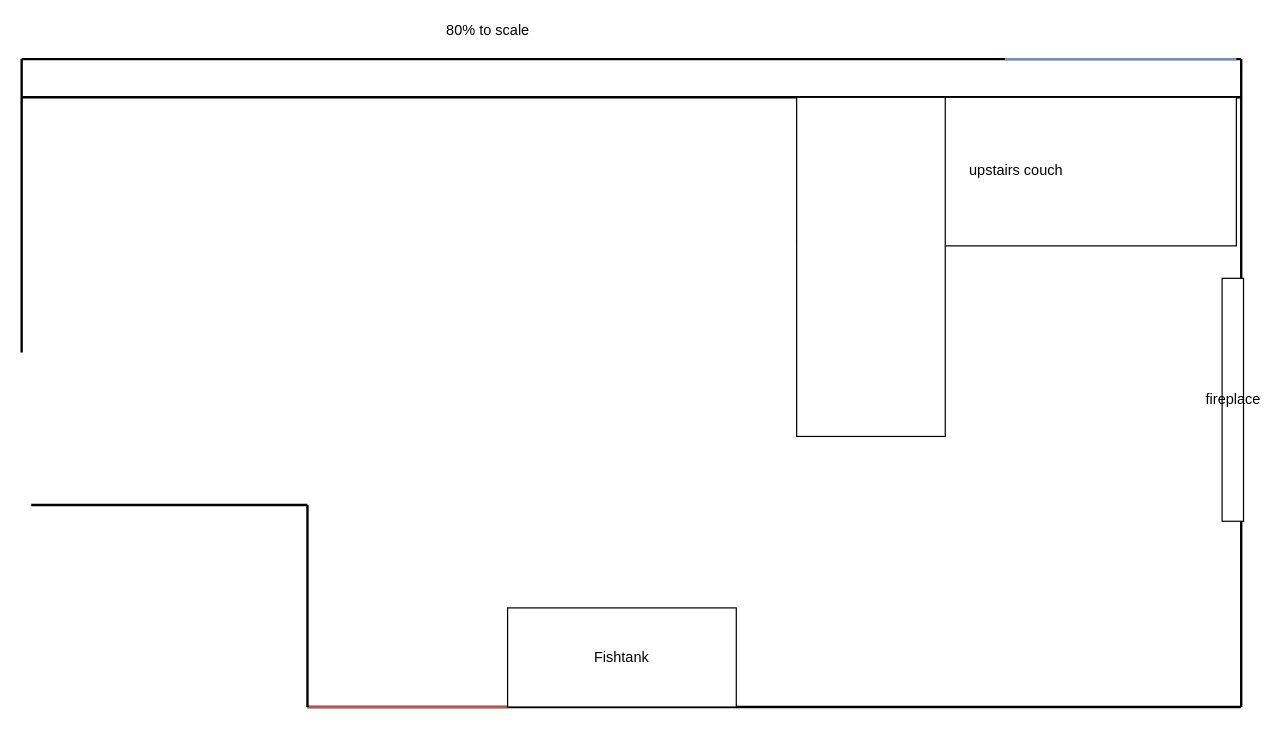
Earlier version of the draw.io diagram page "basement living" (5 of 8) of house_specs.drawio (bodegus/sum_pl_specs). Source tidied: cells renumbered, new cells numbered last; positions are measured from the earlier drawing's top-left corner, leaving out a move shared by most shapes. Both pictures are drawn from the tidied source at 121%, with x=0, y=0 at pixel (21, 21).
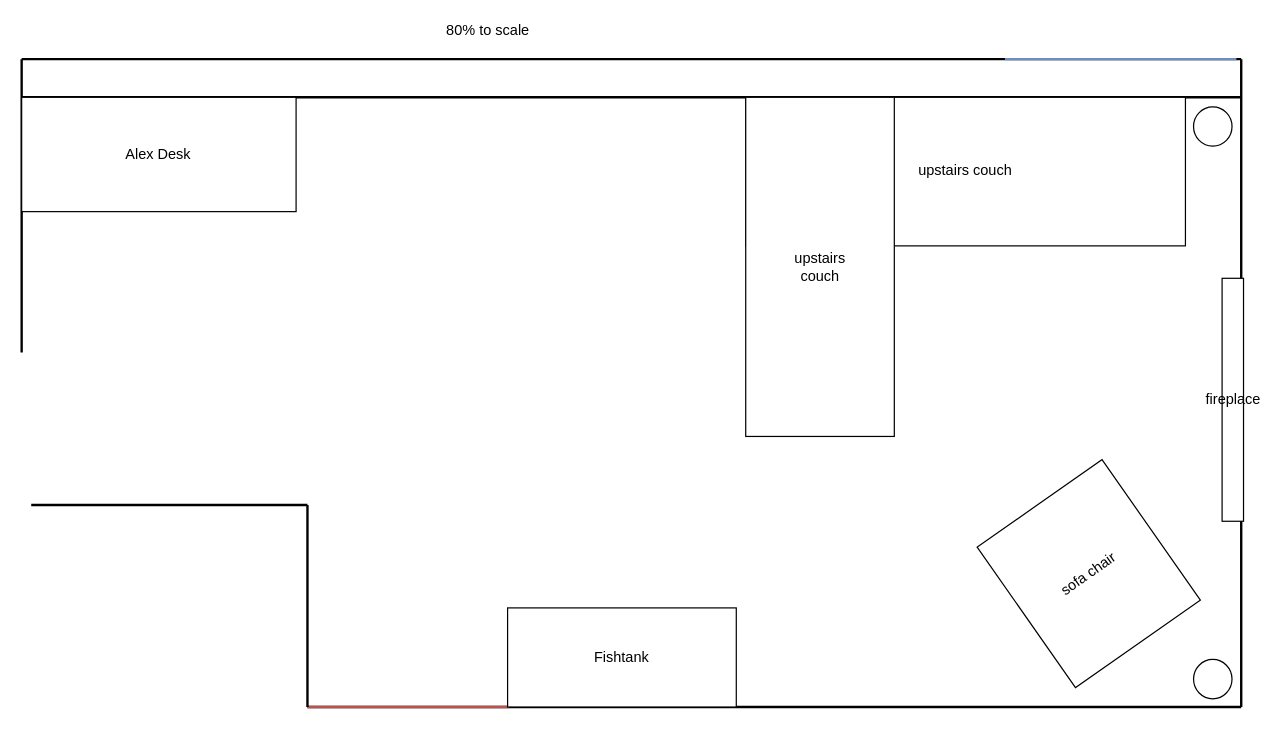
After the change.

Unchanged cells that the change refers to:
```xml
<mxCell id="2" style="group;" parent="1" vertex="1">
  <mxGeometry x="0.4" y="-0.1" width="1009.8" height="566.9" as="geometry" />
</mxCell>
```

The edit, as a diff of the source:
```diff
@@
     <mxCell id="14" value="upstairs couch" style="rounded=0;whiteSpace=wrap;html=1;" parent="2" vertex="1">
-      <mxGeometry x="640.5" y="63" width="363.4" height="122.8" as="geometry" />
+      <mxGeometry x="598.4" y="63" width="363.4" height="122.8" as="geometry" />
     </mxCell>
-    <mxCell id="15" style="rounded=0;whiteSpace=wrap;html=1;" parent="2" vertex="1">
-      <mxGeometry x="640.5" y="63" width="122.8" height="280.3" as="geometry" />
+    <mxCell id="15" value="upstairs&lt;br&gt;couch" style="rounded=0;whiteSpace=wrap;html=1;" parent="2" vertex="1">
+      <mxGeometry x="598.4" y="63" width="122.8" height="280.3" as="geometry" />
     </mxCell>
@@
+    <mxCell id="17" value="sofa chair" style="rounded=0;whiteSpace=wrap;html=1;rotation=-35;" parent="2" vertex="1">
+      <mxGeometry x="818.9" y="385.8" width="126" height="141.7" as="geometry" />
+    </mxCell>
+    <mxCell id="18" style="ellipse;whiteSpace=wrap;html=1;" parent="2" vertex="1">
+      <mxGeometry x="968.5" y="70.9" width="31.8" height="32.5" as="geometry" />
+    </mxCell>
+    <mxCell id="19" style="ellipse;whiteSpace=wrap;html=1;" parent="2" vertex="1">
+      <mxGeometry x="968.5" y="527.6" width="31.8" height="32.5" as="geometry" />
+    </mxCell>
+    <mxCell id="20" value="Alex Desk" style="rounded=0;whiteSpace=wrap;html=1;" parent="2" vertex="1">
+      <mxGeometry y="63" width="226.8" height="94.5" as="geometry" />
+    </mxCell>
```
